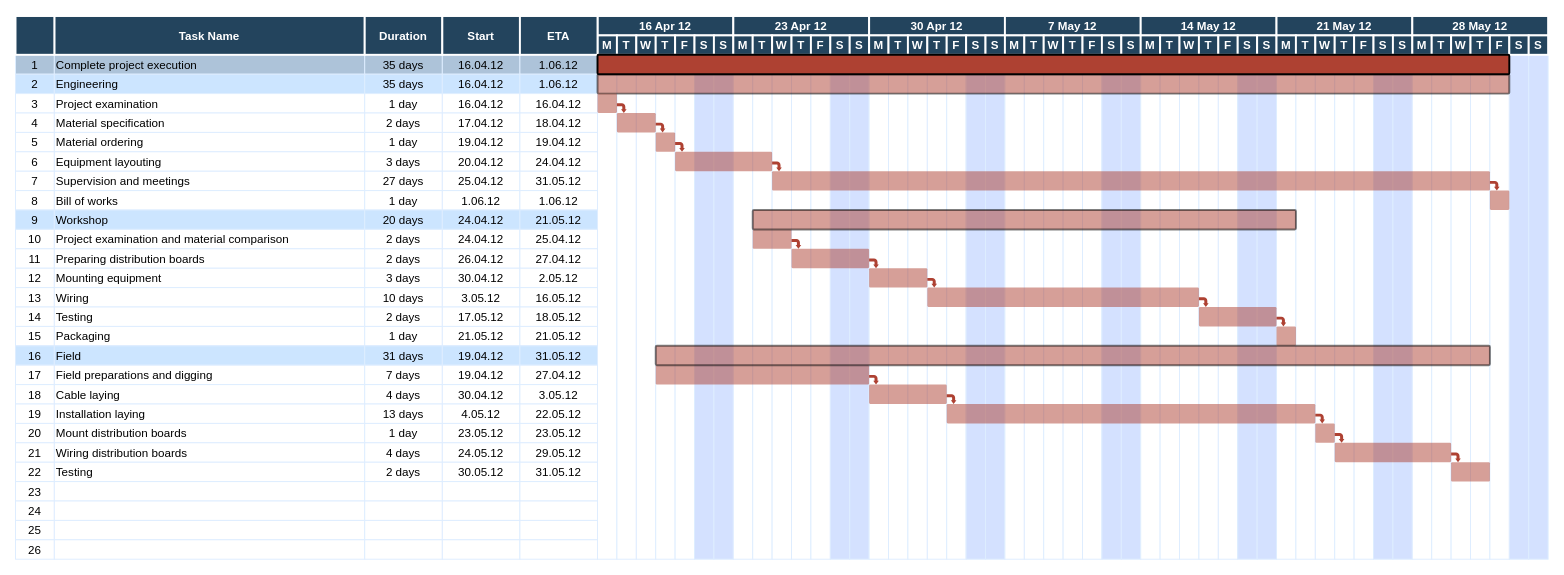
This is Untitled Diagram.drawio from AhlMirra/coursera-test, a draw.io file, before an edit. Source tidied: cells renumbered, new cells numbered last; positions are measured from the earlier drawing's top-left corner, leaving out a move shared by most shapes. Both pictures are drawn from the tidied source at 97%, with x=0, y=0 at pixel (15, 16).
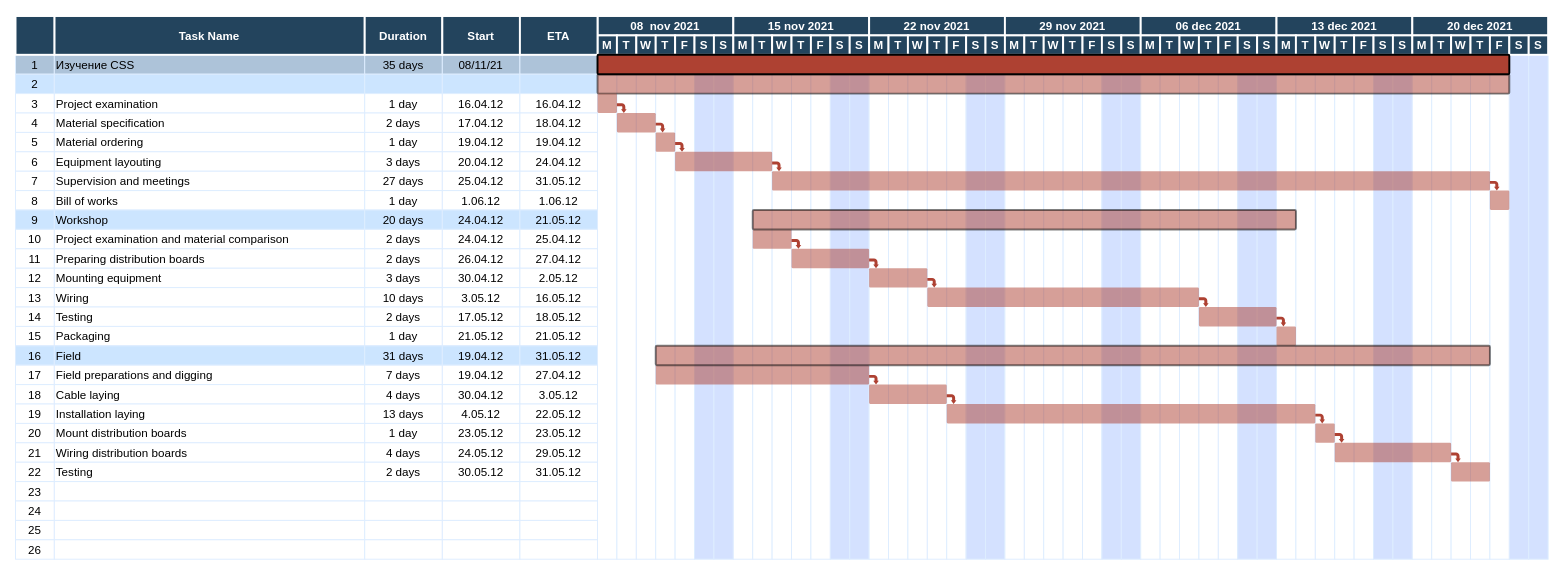
After the change.

The edit, as a diff of the source:
```diff
@@
-    <mxCell id="3" value="Complete project execution" style="align=left;strokeColor=#DEEDFF;fillColor=#ADC3D9;" parent="1" vertex="1">
+    <mxCell id="3" value="Изучение CSS" style="align=left;strokeColor=#DEEDFF;fillColor=#ADC3D9;" parent="1" vertex="1">
       <mxGeometry x="40.5" y="40" width="320" height="20" as="geometry" />
     </mxCell>
@@
-    <mxCell id="5" value="16.04.12" style="strokeColor=#DEEDFF;fillColor=#ADC3D9;" parent="1" vertex="1">
+    <mxCell id="5" value="08/11/21" style="strokeColor=#DEEDFF;fillColor=#ADC3D9;" parent="1" vertex="1">
       <mxGeometry x="440.5" y="40" width="80" height="20" as="geometry" />
     </mxCell>
-    <mxCell id="6" value="1.06.12" style="strokeColor=#DEEDFF;fillColor=#ADC3D9;" parent="1" vertex="1">
+    <mxCell id="6" style="strokeColor=#DEEDFF;fillColor=#ADC3D9;" parent="1" vertex="1">
       <mxGeometry x="520.5" y="40" width="80" height="20" as="geometry" />
     </mxCell>
@@
-    <mxCell id="9" value="Engineering" style="align=left;strokeColor=#DEEDFF;fillColor=#CCE5FF;" parent="1" vertex="1">
+    <mxCell id="9" style="align=left;strokeColor=#DEEDFF;fillColor=#CCE5FF;" parent="1" vertex="1">
       <mxGeometry x="40.5" y="60" width="320" height="20" as="geometry" />
     </mxCell>
-    <mxCell id="10" value="35 days" style="strokeColor=#DEEDFF;fillColor=#CCE5FF;" parent="1" vertex="1">
+    <mxCell id="10" style="strokeColor=#DEEDFF;fillColor=#CCE5FF;" parent="1" vertex="1">
       <mxGeometry x="360.5" y="60" width="80" height="20" as="geometry" />
     </mxCell>
-    <mxCell id="11" value="16.04.12" style="strokeColor=#DEEDFF;fillColor=#CCE5FF;" parent="1" vertex="1">
+    <mxCell id="11" style="strokeColor=#DEEDFF;fillColor=#CCE5FF;" parent="1" vertex="1">
       <mxGeometry x="440.5" y="60" width="80" height="20" as="geometry" />
     </mxCell>
-    <mxCell id="12" value="1.06.12" style="strokeColor=#DEEDFF;fillColor=#CCE5FF;" parent="1" vertex="1">
+    <mxCell id="12" style="strokeColor=#DEEDFF;fillColor=#CCE5FF;" parent="1" vertex="1">
       <mxGeometry x="520.5" y="60" width="80" height="20" as="geometry" />
     </mxCell>
@@
-    <mxCell id="183" value="16 Apr 12" style="fillColor=#23445D;strokeColor=#FFFFFF;strokeWidth=2;fontColor=#FFFFFF;fontStyle=1;" parent="1" vertex="1">
+    <mxCell id="183" value="08  nov 2021" style="fillColor=#23445D;strokeColor=#FFFFFF;strokeWidth=2;fontColor=#FFFFFF;fontStyle=1;" parent="1" vertex="1">
       <mxGeometry x="600.5" width="140" height="20" as="geometry" />
     </mxCell>
@@
-    <mxCell id="194" value="23 Apr 12" style="fillColor=#23445D;strokeColor=#FFFFFF;strokeWidth=2;fontColor=#FFFFFF;fontStyle=1;" parent="1" vertex="1">
+    <mxCell id="194" value="15 nov 2021" style="fillColor=#23445D;strokeColor=#FFFFFF;strokeWidth=2;fontColor=#FFFFFF;fontStyle=1;" parent="1" vertex="1">
       <mxGeometry x="740.5" width="140" height="20" as="geometry" />
     </mxCell>
@@
-    <mxCell id="202" value="30 Apr 12" style="fillColor=#23445D;strokeColor=#FFFFFF;strokeWidth=2;fontColor=#FFFFFF;fontStyle=1;" parent="1" vertex="1">
+    <mxCell id="202" value="22 nov 2021" style="fillColor=#23445D;strokeColor=#FFFFFF;strokeWidth=2;fontColor=#FFFFFF;fontStyle=1;" parent="1" vertex="1">
       <mxGeometry x="880.5" width="140" height="20" as="geometry" />
     </mxCell>
@@
-    <mxCell id="210" value="7 May 12" style="fillColor=#23445D;strokeColor=#FFFFFF;strokeWidth=2;fontColor=#FFFFFF;fontStyle=1;" parent="1" vertex="1">
+    <mxCell id="210" value="29 nov 2021" style="fillColor=#23445D;strokeColor=#FFFFFF;strokeWidth=2;fontColor=#FFFFFF;fontStyle=1;" parent="1" vertex="1">
       <mxGeometry x="1020.5" width="140" height="20" as="geometry" />
     </mxCell>
@@
-    <mxCell id="218" value="14 May 12" style="fillColor=#23445D;strokeColor=#FFFFFF;strokeWidth=2;fontColor=#FFFFFF;fontStyle=1;" parent="1" vertex="1">
+    <mxCell id="218" value="06 dec 2021" style="fillColor=#23445D;strokeColor=#FFFFFF;strokeWidth=2;fontColor=#FFFFFF;fontStyle=1;" parent="1" vertex="1">
       <mxGeometry x="1160.5" width="140" height="20" as="geometry" />
     </mxCell>
@@
-    <mxCell id="226" value="21 May 12" style="fillColor=#23445D;strokeColor=#FFFFFF;strokeWidth=2;fontColor=#FFFFFF;fontStyle=1;" parent="1" vertex="1">
+    <mxCell id="226" value="13 dec 2021" style="fillColor=#23445D;strokeColor=#FFFFFF;strokeWidth=2;fontColor=#FFFFFF;fontStyle=1;" parent="1" vertex="1">
       <mxGeometry x="1300.5" width="140" height="20" as="geometry" />
     </mxCell>
@@
-    <mxCell id="234" value="28 May 12" style="fillColor=#23445D;strokeColor=#FFFFFF;strokeWidth=2;fontColor=#FFFFFF;fontStyle=1;" parent="1" vertex="1">
+    <mxCell id="234" value="20 dec 2021" style="fillColor=#23445D;strokeColor=#FFFFFF;strokeWidth=2;fontColor=#FFFFFF;fontStyle=1;" parent="1" vertex="1">
       <mxGeometry x="1440.5" width="140" height="20" as="geometry" />
     </mxCell>
```
